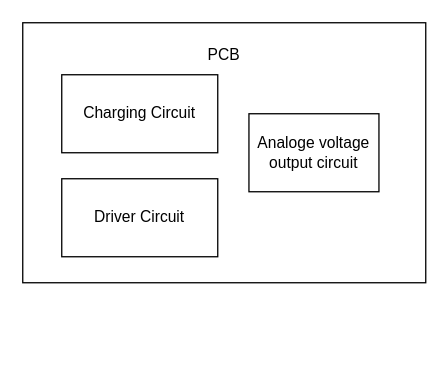
Before: documents/power/power-module-section-diagram.drawio in Luke-VDW/micromouse, a draw.io diagram. Source tidied: cells renumbered, new cells numbered last; positions are measured from the earlier drawing's top-left corner, leaving out a move shared by most shapes. Both pictures are drawn from the tidied source at 130%, with x=0, y=0 at pixel (22, 22).
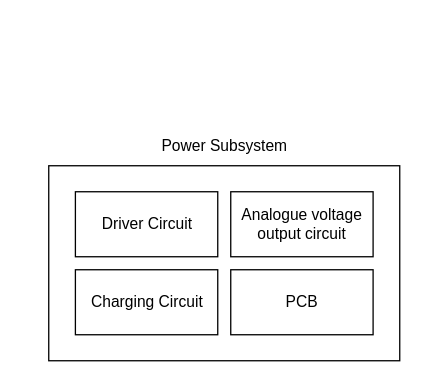
The same diagram, later.

Diff of the diagram source:
```diff
@@
 <mxGraphModel>
   <root>
     <mxCell id="0" />
     <mxCell id="1" parent="0" />
+    <mxCell id="7" style="rounded=0;whiteSpace=wrap;html=1;" parent="1" vertex="1">
+      <mxGeometry x="20" y="110" width="270" height="150" as="geometry" />
+    </mxCell>
-    <mxCell id="2" style="rounded=0;whiteSpace=wrap;html=1;" parent="1" vertex="1">
-      <mxGeometry width="310" height="200" as="geometry" />
+    <mxCell id="2" value="PCB" style="rounded=0;whiteSpace=wrap;html=1;" parent="1" vertex="1">
+      <mxGeometry x="160" y="190" width="109.5" height="50" as="geometry" />
     </mxCell>
-    <mxCell id="3" value="PCB" style="text;html=1;align=center;verticalAlign=middle;whiteSpace=wrap;rounded=0;" parent="1" vertex="1">
-      <mxGeometry x="125" y="10" width="60" height="30" as="geometry" />
-    </mxCell>
     <mxCell id="4" value="Charging Circuit" style="rounded=0;whiteSpace=wrap;html=1;" parent="1" vertex="1">
-      <mxGeometry x="30" y="40" width="120" height="60" as="geometry" />
+      <mxGeometry x="40.5" y="190" width="109.5" height="50" as="geometry" />
     </mxCell>
     <mxCell id="5" value="Driver Circuit" style="rounded=0;whiteSpace=wrap;html=1;" parent="1" vertex="1">
-      <mxGeometry x="30" y="120" width="120" height="60" as="geometry" />
+      <mxGeometry x="40.5" y="130" width="109.5" height="50" as="geometry" />
     </mxCell>
-    <mxCell id="6" value="Analoge voltage output circuit" style="rounded=0;whiteSpace=wrap;html=1;" parent="1" vertex="1">
-      <mxGeometry x="174" y="70" width="100" height="60" as="geometry" />
-    </mxCell>
+    <mxCell id="8" value="Analogue voltage output circuit" style="rounded=0;whiteSpace=wrap;html=1;" parent="1" vertex="1">
+      <mxGeometry x="160" y="130" width="109.5" height="50" as="geometry" />
+    </mxCell>
+    <mxCell id="9" value="Power Subsystem" style="text;html=1;align=center;verticalAlign=middle;whiteSpace=wrap;rounded=0;" parent="1" vertex="1">
+      <mxGeometry x="92.5" y="80" width="125" height="30" as="geometry" />
+    </mxCell>
   </root>
 </mxGraphModel>
```
